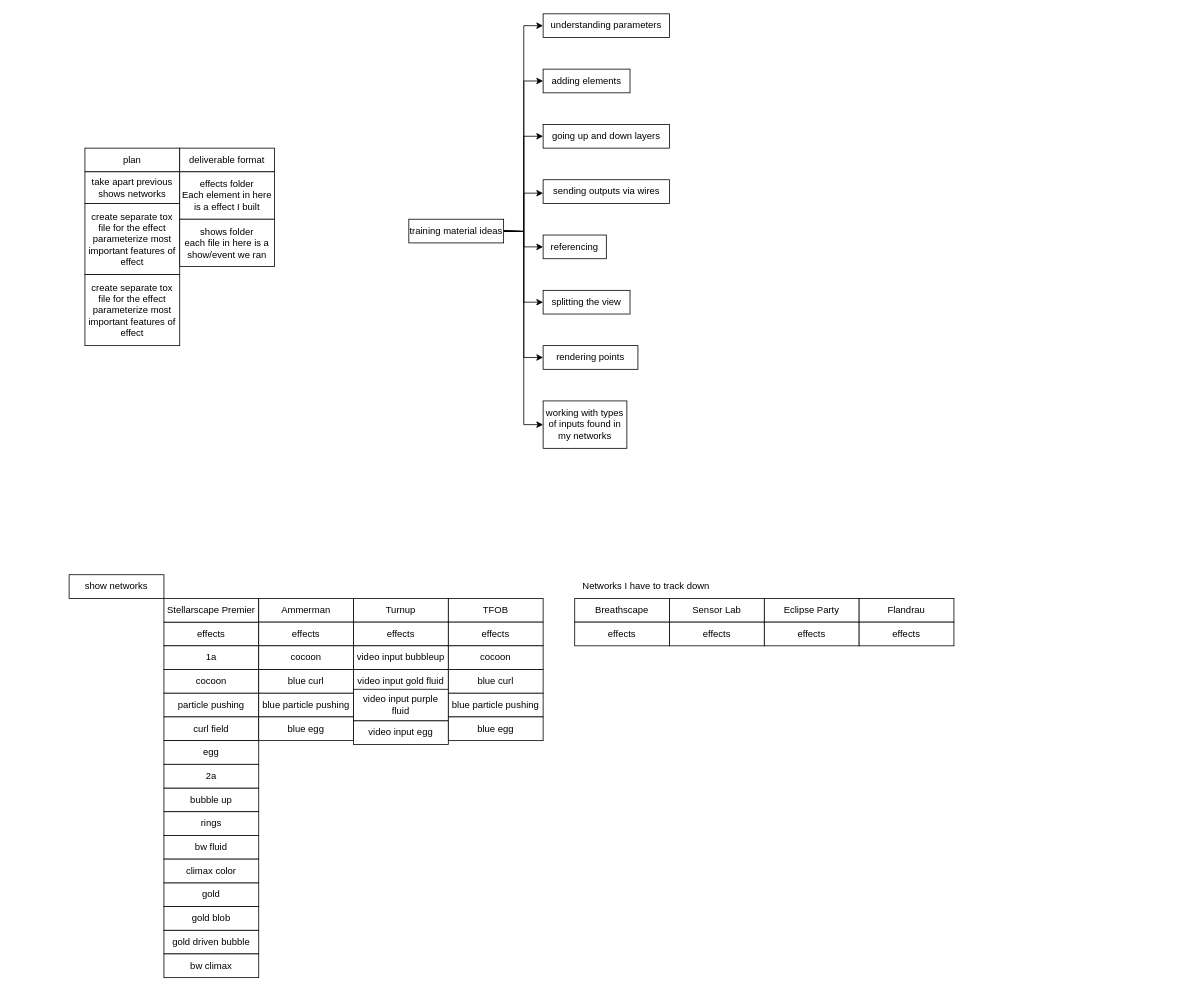
The draw.io diagram diagrams/TD_transition_outputs.drawio in DevinBayly/diagrams-net, before the edit. Source tidied: cells renumbered, new cells numbered last; positions are measured from the earlier drawing's top-left corner, leaving out a move shared by most shapes. Both pictures are drawn from the tidied source at 79%, with x=0, y=0 at pixel (13, 13).
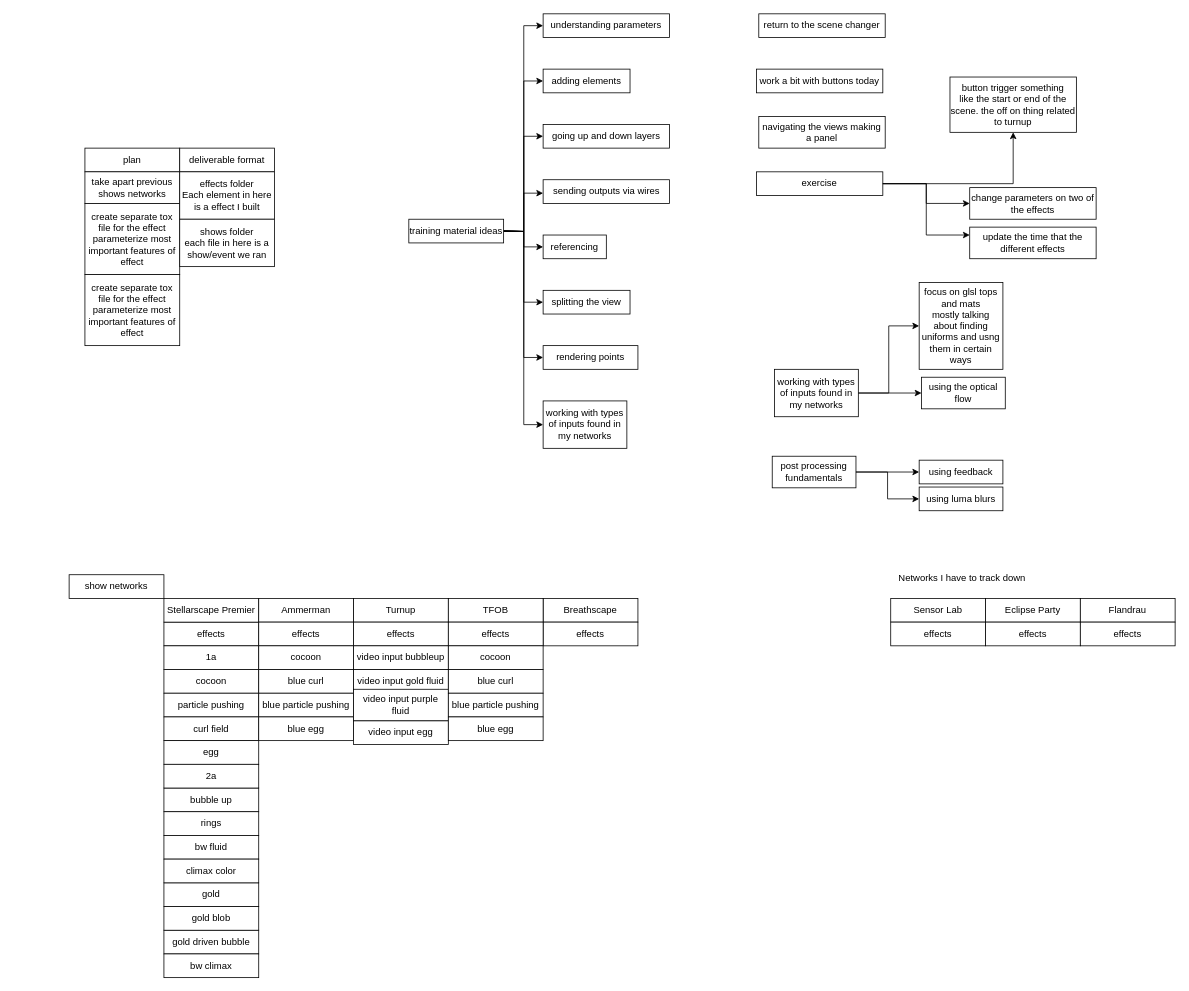
The same diagram, later.

Commit message:
adding new exercises for today

Change to the diagram source:
```diff
@@
     <mxCell id="14" value="Breathscape" style="rounded=0;whiteSpace=wrap;html=1;fixedWidth=1;" parent="1" vertex="1">
-      <mxGeometry x="710" y="740" width="120" height="30" as="geometry" />
+      <mxGeometry x="670" y="740" width="120" height="30" as="geometry" />
     </mxCell>
     <mxCell id="15" value="effects" style="rounded=0;whiteSpace=wrap;html=1;fixedWidth=1;" parent="1" vertex="1">
-      <mxGeometry x="710" y="770" width="120" height="30" as="geometry" />
+      <mxGeometry x="670" y="770" width="120" height="30" as="geometry" />
     </mxCell>
@@
     <mxCell id="18" value="Sensor Lab" style="rounded=0;whiteSpace=wrap;html=1;fixedWidth=1;" parent="1" vertex="1">
-      <mxGeometry x="830" y="740" width="120" height="30" as="geometry" />
+      <mxGeometry x="1110" y="740" width="120" height="30" as="geometry" />
     </mxCell>
     <mxCell id="19" value="effects" style="rounded=0;whiteSpace=wrap;html=1;fixedWidth=1;" parent="1" vertex="1">
-      <mxGeometry x="830" y="770" width="120" height="30" as="geometry" />
+      <mxGeometry x="1110" y="770" width="120" height="30" as="geometry" />
     </mxCell>
@@
     <mxCell id="22" value="Eclipse Party" style="rounded=0;whiteSpace=wrap;html=1;fixedWidth=1;" parent="1" vertex="1">
-      <mxGeometry x="950" y="740" width="120" height="30" as="geometry" />
+      <mxGeometry x="1230" y="740" width="120" height="30" as="geometry" />
     </mxCell>
     <mxCell id="23" value="effects" style="rounded=0;whiteSpace=wrap;html=1;fixedWidth=1;" parent="1" vertex="1">
-      <mxGeometry x="950" y="770" width="120" height="30" as="geometry" />
+      <mxGeometry x="1230" y="770" width="120" height="30" as="geometry" />
     </mxCell>
     <mxCell id="24" value="Flandrau" style="rounded=0;whiteSpace=wrap;html=1;fixedWidth=1;" parent="1" vertex="1">
-      <mxGeometry x="1070" y="740" width="120" height="30" as="geometry" />
+      <mxGeometry x="1350" y="740" width="120" height="30" as="geometry" />
     </mxCell>
     <mxCell id="25" value="effects" style="rounded=0;whiteSpace=wrap;html=1;fixedWidth=1;" parent="1" vertex="1">
-      <mxGeometry x="1070" y="770" width="120" height="30" as="geometry" />
+      <mxGeometry x="1350" y="770" width="120" height="30" as="geometry" />
     </mxCell>
@@
     <mxCell id="70" value="Networks I have to track down" style="text;html=1;align=center;verticalAlign=middle;" parent="1" vertex="1">
-      <mxGeometry x="710" y="710" width="180" height="30" as="geometry" />
+      <mxGeometry x="1110" y="700" width="180" height="30" as="geometry" />
     </mxCell>
@@
+    <mxCell id="72" value="return to the scene changer" style="rounded=0;whiteSpace=wrap;html=1;fixedWidth=1;fontFamily=Helvetica;fontSize=12;fontColor=default;align=center;strokeColor=default;fillColor=none;gradientColor=none;" parent="1" vertex="1">
+      <mxGeometry x="943" width="160" height="30" as="geometry" />
+    </mxCell>
+    <mxCell id="73" value="work a bit with buttons today" style="rounded=0;whiteSpace=wrap;html=1;fixedWidth=1;fontFamily=Helvetica;fontSize=12;fontColor=default;align=center;strokeColor=default;fillColor=none;gradientColor=none;" parent="1" vertex="1">
+      <mxGeometry x="940" y="70" width="160" height="30" as="geometry" />
+    </mxCell>
+    <mxCell id="74" value="navigating the views making a panel" style="rounded=0;whiteSpace=wrap;html=1;fixedWidth=1;fontFamily=Helvetica;fontSize=12;fontColor=default;align=center;strokeColor=default;fillColor=none;gradientColor=none;" parent="1" vertex="1">
+      <mxGeometry x="943" y="130" width="160" height="40" as="geometry" />
+    </mxCell>
+    <mxCell id="75" style="edgeStyle=orthogonalEdgeStyle;rounded=0;jettySize=auto;html=1;" parent="1" edge="1" source="78" target="89">
+      <mxGeometry relative="1" as="geometry" />
+    </mxCell>
+    <mxCell id="76" style="edgeStyle=orthogonalEdgeStyle;rounded=0;jettySize=auto;html=1;" parent="1" edge="1" source="78" target="90">
+      <mxGeometry relative="1" as="geometry" />
+    </mxCell>
+    <mxCell id="77" style="edgeStyle=orthogonalEdgeStyle;rounded=0;jettySize=auto;html=1;entryX=0;entryY=0.25;entryDx=0;entryDy=0;" parent="1" edge="1" source="78" target="91">
+      <mxGeometry relative="1" as="geometry" />
+    </mxCell>
+    <mxCell id="78" value="exercise" style="rounded=0;whiteSpace=wrap;html=1;fixedWidth=1;fontFamily=Helvetica;fontSize=12;fontColor=default;align=center;strokeColor=default;fillColor=none;gradientColor=none;" parent="1" vertex="1">
+      <mxGeometry x="940" y="200" width="160" height="30" as="geometry" />
+    </mxCell>
+    <mxCell id="79" style="edgeStyle=orthogonalEdgeStyle;rounded=0;jettySize=auto;html=1;" parent="1" edge="1" source="81" target="82">
+      <mxGeometry relative="1" as="geometry" />
+    </mxCell>
+    <mxCell id="80" style="edgeStyle=orthogonalEdgeStyle;rounded=0;jettySize=auto;html=1;" parent="1" edge="1" source="81" target="88">
+      <mxGeometry relative="1" as="geometry" />
+    </mxCell>
+    <mxCell id="81" value="&lt;div&gt;working with types of inputs found in my networks&lt;/div&gt;" style="rounded=0;whiteSpace=wrap;html=1;fixedWidth=1;fontFamily=Helvetica;fontSize=12;fontColor=default;align=center;strokeColor=default;fillColor=none;gradientColor=none;" parent="1" vertex="1">
+      <mxGeometry x="963" y="450" width="106" height="60" as="geometry" />
+    </mxCell>
+    <mxCell id="82" value="focus on glsl tops and mats&lt;br&gt;mostly talking about finding uniforms and usng them in certain ways" style="rounded=0;whiteSpace=wrap;html=1;fixedWidth=1;fontFamily=Helvetica;fontSize=12;fontColor=default;align=center;strokeColor=default;fillColor=none;gradientColor=none;" parent="1" vertex="1">
+      <mxGeometry x="1146" y="340" width="106" height="110" as="geometry" />
+    </mxCell>
+    <mxCell id="83" style="edgeStyle=orthogonalEdgeStyle;rounded=0;jettySize=auto;html=1;" parent="1" edge="1" source="85" target="86">
+      <mxGeometry relative="1" as="geometry" />
+    </mxCell>
+    <mxCell id="84" style="edgeStyle=orthogonalEdgeStyle;rounded=0;jettySize=auto;html=1;" parent="1" edge="1" source="85" target="87">
+      <mxGeometry relative="1" as="geometry" />
+    </mxCell>
+    <mxCell id="85" value="post processing fundamentals" style="rounded=0;whiteSpace=wrap;html=1;fixedWidth=1;fontFamily=Helvetica;fontSize=12;fontColor=default;align=center;strokeColor=default;fillColor=none;gradientColor=none;" parent="1" vertex="1">
+      <mxGeometry x="960" y="560" width="106" height="40" as="geometry" />
+    </mxCell>
+    <mxCell id="86" value="&lt;div&gt;using feedback&lt;/div&gt;" style="rounded=0;whiteSpace=wrap;html=1;fixedWidth=1;fontFamily=Helvetica;fontSize=12;fontColor=default;align=center;strokeColor=default;fillColor=none;gradientColor=none;" parent="1" vertex="1">
+      <mxGeometry x="1146" y="565" width="106" height="30" as="geometry" />
+    </mxCell>
+    <mxCell id="87" value="using luma blurs" style="rounded=0;whiteSpace=wrap;html=1;fixedWidth=1;fontFamily=Helvetica;fontSize=12;fontColor=default;align=center;strokeColor=default;fillColor=none;gradientColor=none;" parent="1" vertex="1">
+      <mxGeometry x="1146" y="599" width="106" height="30" as="geometry" />
+    </mxCell>
+    <mxCell id="88" value="using the optical flow" style="rounded=0;whiteSpace=wrap;html=1;fixedWidth=1;fontFamily=Helvetica;fontSize=12;fontColor=default;align=center;strokeColor=default;fillColor=none;gradientColor=none;" parent="1" vertex="1">
+      <mxGeometry x="1149" y="460" width="106" height="40" as="geometry" />
+    </mxCell>
+    <mxCell id="89" value="&lt;div&gt;button trigger something&lt;/div&gt;&lt;div&gt;like the start or end of the scene. the off on thing related to turnup&lt;br&gt;&lt;/div&gt;" style="rounded=0;whiteSpace=wrap;html=1;fixedWidth=1;fontFamily=Helvetica;fontSize=12;fontColor=default;align=center;strokeColor=default;fillColor=none;gradientColor=none;" parent="1" vertex="1">
+      <mxGeometry x="1185" y="80" width="160" height="70" as="geometry" />
+    </mxCell>
+    <mxCell id="90" value="change parameters on two of the effects" style="rounded=0;whiteSpace=wrap;html=1;fixedWidth=1;fontFamily=Helvetica;fontSize=12;fontColor=default;align=center;strokeColor=default;fillColor=none;gradientColor=none;" parent="1" vertex="1">
+      <mxGeometry x="1210" y="220" width="160" height="40" as="geometry" />
+    </mxCell>
+    <mxCell id="91" value="update the time that the different effects " style="rounded=0;whiteSpace=wrap;html=1;fixedWidth=1;fontFamily=Helvetica;fontSize=12;fontColor=default;align=center;strokeColor=default;fillColor=none;gradientColor=none;" parent="1" vertex="1">
+      <mxGeometry x="1210" y="270" width="160" height="40" as="geometry" />
+    </mxCell>
```
